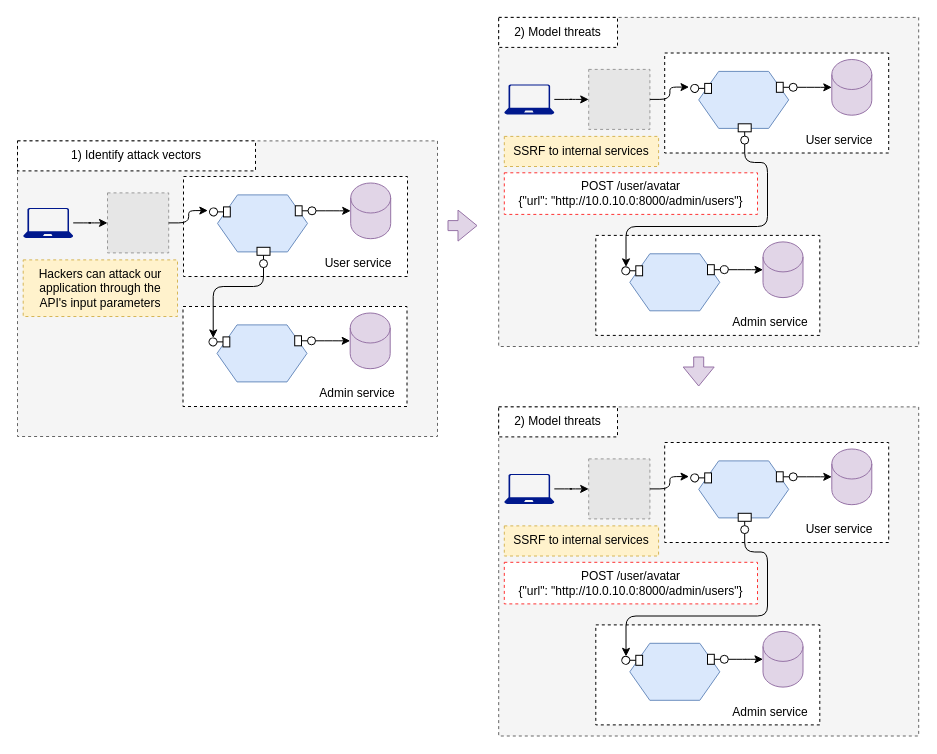
Above: page "1.2" (2 of 7) of ch01.drawio in abunuwas/api-sec-book-imgs (draw.io), before the change. Source tidied: cells renumbered, new cells numbered last; positions are measured from the earlier drawing's top-left corner, leaving out a move shared by most shapes. Both pictures are drawn from the tidied source at 100%, with x=0, y=0 at pixel (17, 17). Pictures stored in the file or linked from it are replaced by grey dashed boxes.
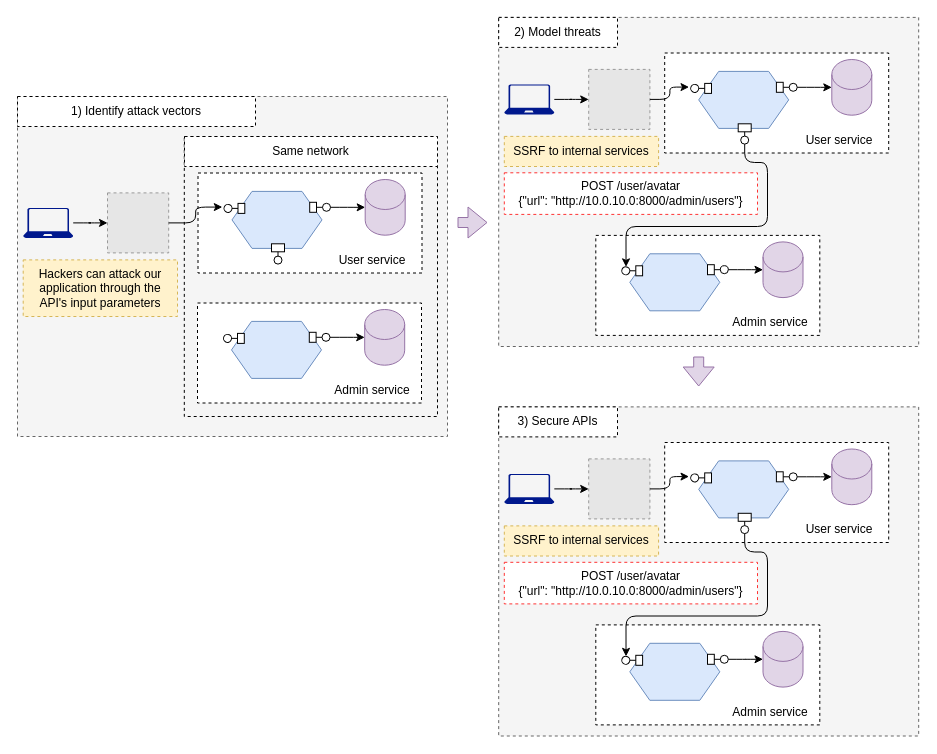
The same diagram, later.

Change to the diagram source:
```diff
@@
     <mxCell id="2" style="rounded=0;whiteSpace=wrap;html=1;dashed=1;fillColor=#f5f5f5;fontColor=#333333;strokeColor=#666666;" parent="1" vertex="1">
-      <mxGeometry y="123.4" width="420" height="295.6" as="geometry" />
+      <mxGeometry y="79" width="430" height="340" as="geometry" />
     </mxCell>
     <mxCell id="3" style="text;html=1;align=center;verticalAlign=middle;whiteSpace=wrap;rounded=0;strokeColor=default;dashed=1;fillColor=default;" parent="1" vertex="1">
-      <mxGeometry x="165.5" y="289" width="224" height="100" as="geometry" />
+      <mxGeometry x="180" y="285.5" width="224" height="100" as="geometry" />
     </mxCell>
     <mxCell id="4" style="text;html=1;align=center;verticalAlign=middle;whiteSpace=wrap;rounded=0;strokeColor=default;dashed=1;fillColor=default;" parent="1" vertex="1">
-      <mxGeometry x="166" y="159" width="224" height="100" as="geometry" />
+      <mxGeometry x="180.5" y="155.5" width="224" height="100" as="geometry" />
     </mxCell>
@@
     <mxCell id="6" style="shape=cylinder3;whiteSpace=wrap;html=1;boundedLbl=1;backgroundOutline=1;size=15;fillColor=#e1d5e7;strokeColor=#9673a6;" parent="1" vertex="1">
-      <mxGeometry x="333.2" y="165.5" width="40" height="55.7" as="geometry" />
+      <mxGeometry x="347.7" y="162" width="40" height="55.7" as="geometry" />
     </mxCell>
     <mxCell id="7" style="shape=hexagon;perimeter=hexagonPerimeter2;whiteSpace=wrap;html=1;fixedSize=1;fillColor=#dae8fc;strokeColor=#6c8ebf;" parent="1" vertex="1">
-      <mxGeometry x="200" y="177.4" width="90" height="57" as="geometry" />
+      <mxGeometry x="214.5" y="173.9" width="90" height="57" as="geometry" />
     </mxCell>
@@
     <mxCell id="10" style="html=1;rounded=0;" parent="1" vertex="1">
-      <mxGeometry x="277.8" y="188.3" width="6.8" height="10" as="geometry" />
+      <mxGeometry x="292.2" y="184.8" width="6.8" height="10" as="geometry" />
     </mxCell>
@@
     <mxCell id="12" style="ellipse;html=1;fontSize=11;align=center;fillColor=none;points=[];verticalAlign=bottom;labelPosition=center;verticalLabelPosition=top;flipH=1;" parent="1" vertex="1">
-      <mxGeometry x="290.5" y="189.3" width="8" height="8" as="geometry" />
+      <mxGeometry x="305" y="185.8" width="8" height="8" as="geometry" />
     </mxCell>
@@
     <mxCell id="14" style="html=1;rounded=0;" parent="1" vertex="1">
-      <mxGeometry x="206" y="189.4" width="6.8" height="10" as="geometry" />
+      <mxGeometry x="220.5" y="185.9" width="6.8" height="10" as="geometry" />
     </mxCell>
@@
     <mxCell id="16" style="ellipse;html=1;fontSize=11;align=center;fillColor=none;points=[];verticalAlign=bottom;labelPosition=center;verticalLabelPosition=top;flipH=1;direction=south;rotation=-154;" parent="1" vertex="1">
-      <mxGeometry x="192" y="190.4" width="8" height="8" as="geometry" />
+      <mxGeometry x="206.5" y="186.9" width="8" height="8" as="geometry" />
     </mxCell>
@@
     <mxCell id="18" value="1) Identify attack vectors" style="text;html=1;align=center;verticalAlign=middle;whiteSpace=wrap;rounded=0;dashed=1;fillColor=default;strokeColor=default;" parent="1" vertex="1">
-      <mxGeometry y="123.4" width="238" height="30" as="geometry" />
+      <mxGeometry y="79" width="238" height="30" as="geometry" />
     </mxCell>
@@
     <mxCell id="20" style="shape=flexArrow;endArrow=classic;html=1;rounded=0;fillColor=#e1d5e7;strokeColor=#9673a6;" parent="1" edge="1">
       <mxGeometry relative="1" as="geometry">
-        <mxPoint x="430" y="208.1" as="sourcePoint" />
-        <mxPoint x="460" y="208.1" as="targetPoint" />
+        <mxPoint x="440" y="205" as="sourcePoint" />
+        <mxPoint x="470" y="205" as="targetPoint" />
       </mxGeometry>
     </mxCell>
@@
     <mxCell id="22" value="User service" style="text;html=1;strokeColor=none;fillColor=none;align=center;verticalAlign=middle;whiteSpace=wrap;rounded=0;" parent="1" vertex="1">
-      <mxGeometry x="290.5" y="232.8" width="100" height="26.6" as="geometry" />
+      <mxGeometry x="305" y="229.3" width="100" height="26.6" as="geometry" />
     </mxCell>
     <mxCell id="23" style="shape=cylinder3;whiteSpace=wrap;html=1;boundedLbl=1;backgroundOutline=1;size=15;fillColor=#e1d5e7;strokeColor=#9673a6;" parent="1" vertex="1">
-      <mxGeometry x="332.7" y="295.5" width="40" height="55.7" as="geometry" />
+      <mxGeometry x="347.2" y="292" width="40" height="55.7" as="geometry" />
     </mxCell>
     <mxCell id="24" style="shape=hexagon;perimeter=hexagonPerimeter2;whiteSpace=wrap;html=1;fixedSize=1;fillColor=#dae8fc;strokeColor=#6c8ebf;" parent="1" vertex="1">
-      <mxGeometry x="199.5" y="307.4" width="90" height="57" as="geometry" />
+      <mxGeometry x="214" y="303.9" width="90" height="57" as="geometry" />
     </mxCell>
     <mxCell id="25" style="html=1;rounded=0;" parent="1" vertex="1">
-      <mxGeometry x="277.2" y="318.3" width="6.8" height="10" as="geometry" />
+      <mxGeometry x="291.8" y="314.8" width="6.8" height="10" as="geometry" />
     </mxCell>
@@
     <mxCell id="27" style="ellipse;html=1;fontSize=11;align=center;fillColor=none;points=[];verticalAlign=bottom;labelPosition=center;verticalLabelPosition=top;flipH=1;" parent="1" vertex="1">
-      <mxGeometry x="290" y="319.3" width="8" height="8" as="geometry" />
+      <mxGeometry x="304.5" y="315.8" width="8" height="8" as="geometry" />
     </mxCell>
@@
     <mxCell id="29" style="html=1;rounded=0;" parent="1" vertex="1">
-      <mxGeometry x="205.5" y="319.4" width="6.8" height="10" as="geometry" />
+      <mxGeometry x="220" y="315.9" width="6.8" height="10" as="geometry" />
     </mxCell>
@@
     <mxCell id="31" style="ellipse;html=1;fontSize=11;align=center;fillColor=none;points=[];verticalAlign=bottom;labelPosition=center;verticalLabelPosition=top;flipH=1;direction=south;rotation=-154;" parent="1" vertex="1">
-      <mxGeometry x="191.5" y="320.4" width="8" height="8" as="geometry" />
+      <mxGeometry x="206" y="316.9" width="8" height="8" as="geometry" />
     </mxCell>
     <mxCell id="32" value="Admin service" style="text;html=1;strokeColor=none;fillColor=none;align=center;verticalAlign=middle;whiteSpace=wrap;rounded=0;" parent="1" vertex="1">
-      <mxGeometry x="290" y="362.8" width="100" height="26.6" as="geometry" />
+      <mxGeometry x="304.5" y="359.3" width="100" height="26.6" as="geometry" />
     </mxCell>
     <mxCell id="33" style="html=1;rounded=0;direction=south;" parent="1" vertex="1">
-      <mxGeometry x="239.5" y="229.8" width="13" height="8" as="geometry" />
+      <mxGeometry x="254" y="226.3" width="13" height="8" as="geometry" />
     </mxCell>
@@
     <mxCell id="35" style="ellipse;html=1;fontSize=11;align=center;fillColor=none;points=[];verticalAlign=bottom;labelPosition=center;verticalLabelPosition=top;flipH=1;direction=south;" parent="1" vertex="1">
-      <mxGeometry x="242" y="242.1" width="8" height="8" as="geometry" />
+      <mxGeometry x="256.5" y="238.6" width="8" height="8" as="geometry" />
     </mxCell>
-    <mxCell id="36" style="edgeStyle=orthogonalEdgeStyle;rounded=1;jettySize=auto;html=1;entryX=0.955;entryY=0.691;entryDx=0;entryDy=0;entryPerimeter=0;curved=0;" parent="1" edge="1" source="35" target="31">
-      <mxGeometry relative="1" as="geometry">
-        <Array as="points">
-          <mxPoint x="246" y="269" />
-          <mxPoint x="196" y="269" />
-        </Array>
-      </mxGeometry>
-    </mxCell>
@@
-    <mxCell id="87" value="2) Model threats" style="text;html=1;align=center;verticalAlign=middle;whiteSpace=wrap;rounded=0;dashed=1;fillColor=default;strokeColor=default;" parent="1" vertex="1">
+    <mxCell id="87" value="3) Secure APIs" style="text;html=1;align=center;verticalAlign=middle;whiteSpace=wrap;rounded=0;dashed=1;fillColor=default;strokeColor=default;" parent="1" vertex="1">
       <mxGeometry x="481.2" y="389.4" width="118.8" height="30" as="geometry" />
     </mxCell>
@@
+    <mxCell id="105" style="text;html=1;align=center;verticalAlign=middle;whiteSpace=wrap;rounded=0;strokeColor=default;dashed=1;" parent="1" vertex="1">
+      <mxGeometry x="166.8" y="119" width="253.2" height="280" as="geometry" />
+    </mxCell>
+    <mxCell id="106" value="Same network" style="text;html=1;align=center;verticalAlign=middle;whiteSpace=wrap;rounded=0;dashed=1;fillColor=default;strokeColor=default;" parent="1" vertex="1">
+      <mxGeometry x="167" y="119" width="253" height="30" as="geometry" />
+    </mxCell>
```
